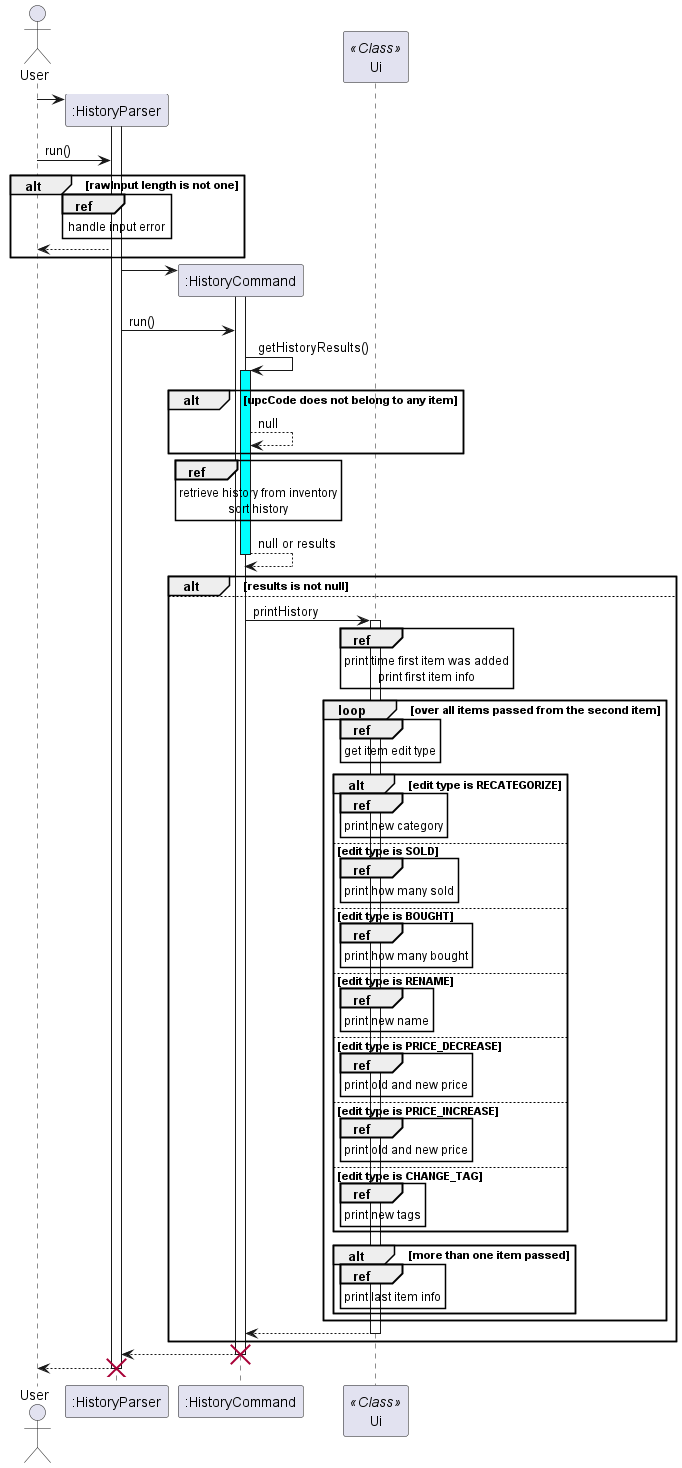
Before: docs/UML/History/HistoryParser.png, a diagram exported from PlantUML (nus-cs2113-AY2223S2/tp).
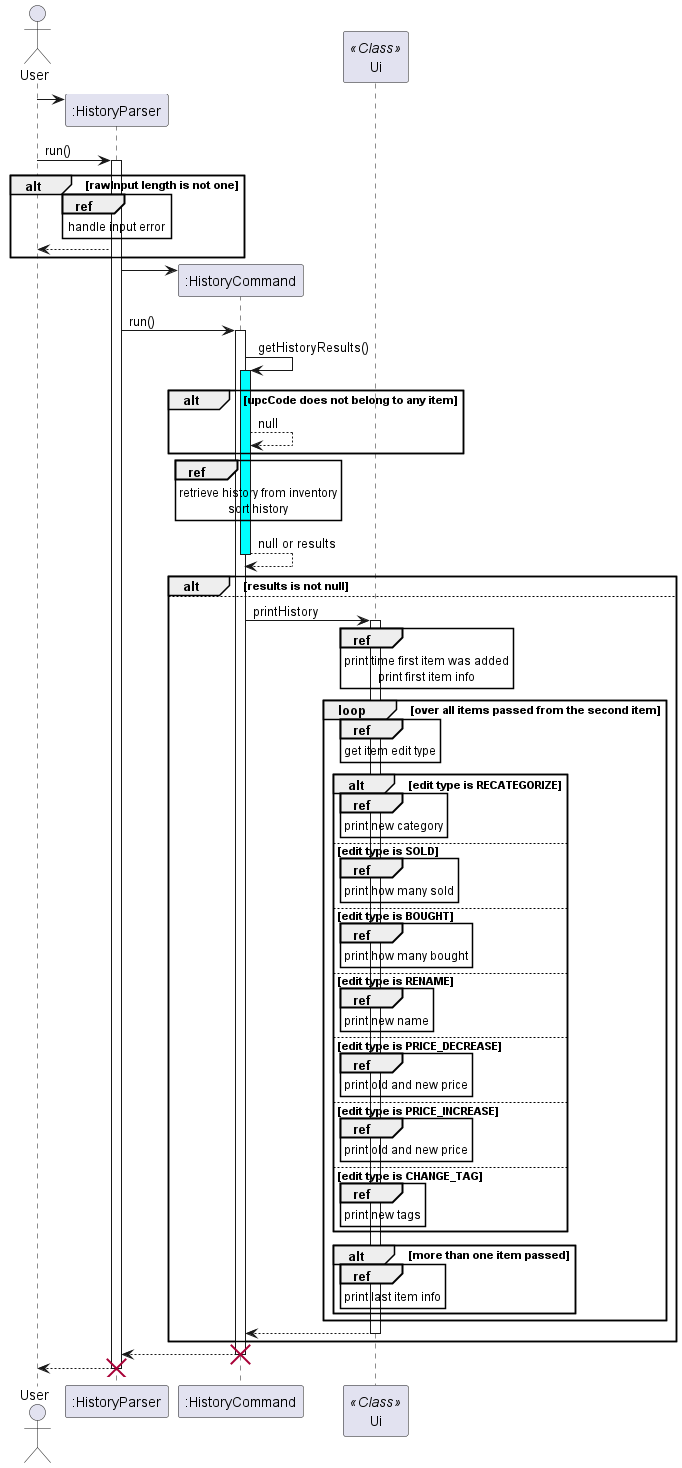
Later version of the same file.

What changed in the source:
```diff
@@ -2,8 +2,9 @@
 
 actor User
 User -> ":HistoryParser"**
+
+User -> ":HistoryParser": run()
 activate ":HistoryParser"
-User -> ":HistoryParser": run()
 alt rawInput length is not one
     ref over ":HistoryParser"
         handle input error
@@ -11,8 +12,9 @@
     ":HistoryParser" --> User
 end
 ":HistoryParser" -> ":HistoryCommand"**
+
+":HistoryParser" -> ":HistoryCommand": run()
 activate ":HistoryCommand"
-":HistoryParser" -> ":HistoryCommand": run()
 ":HistoryCommand" -> ":HistoryCommand": getHistoryResults()
 activate ":HistoryCommand" #cyan
 alt upcCode does not belong to any item
```
